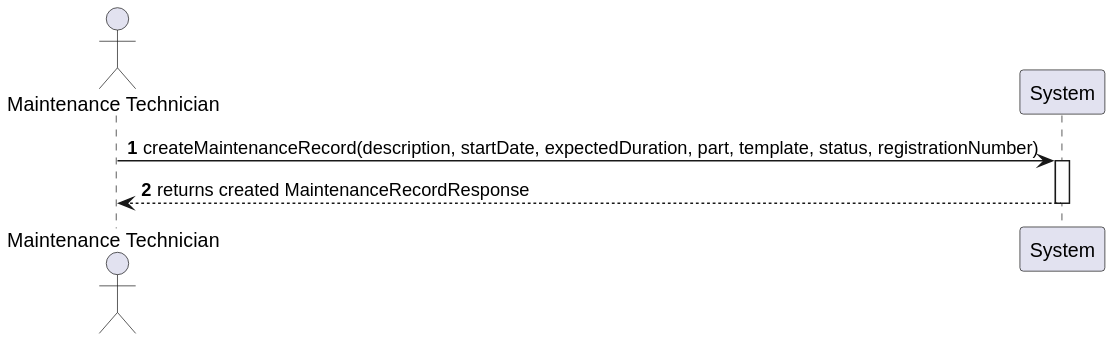
VascoMagolo/psoft_1231562_1241692_1242036_2db keeps this PlantUML diagram as docs/system-documentation/use-cases/WP4A/US115a/svg/ssd_us115a.svg. Above is the earlier version. Its diagram source:
```plantuml
@startuml
autonumber
actor "Maintenance Technician" as Actor
participant "System" as Sys
Actor -> Sys : createMaintenanceRecord(description, startDate, expectedDuration, part, template, status, registrationNumber)
activate Sys
Sys --> Actor : returns created MaintenanceRecordResponse
deactivate Sys
@enduml
```
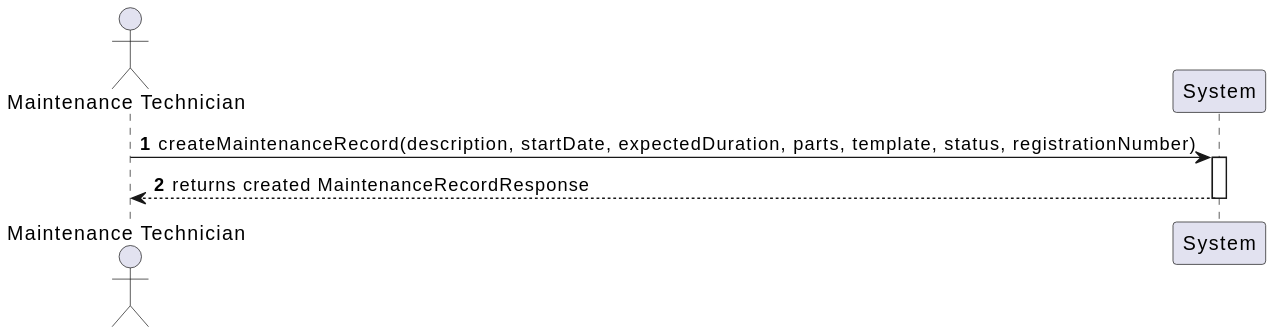
After the change.

The edit, as a diff of the source:
```diff
@@ -2,7 +2,7 @@
 autonumber
 actor "Maintenance Technician" as Actor
 participant "System" as Sys
-Actor -> Sys : createMaintenanceRecord(description, startDate, expectedDuration, part, template, status, registrationNumber)
+Actor -> Sys : createMaintenanceRecord(description, startDate, expectedDuration, parts, template, status, registrationNumber)
 activate Sys
 Sys --> Actor : returns created MaintenanceRecordResponse
 deactivate Sys
```
